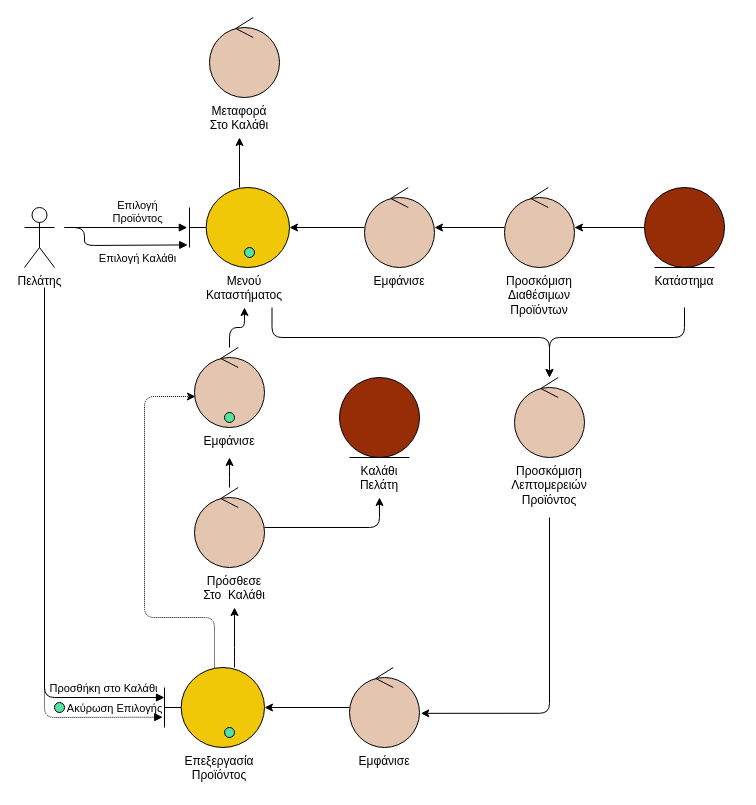
iloudaros/nomnomr keeps this draw.io diagram as docs/contributions/itsikelis/Phase 4/Robustness Diagrams v0.2/customer-order.drawio. Above is the earlier version. Source tidied: cells renumbered, new cells numbered last; positions are measured from the earlier drawing's top-left corner, leaving out a move shared by most shapes. Both pictures are drawn from the tidied source at 100%, with x=0, y=0 at pixel (24, 17).
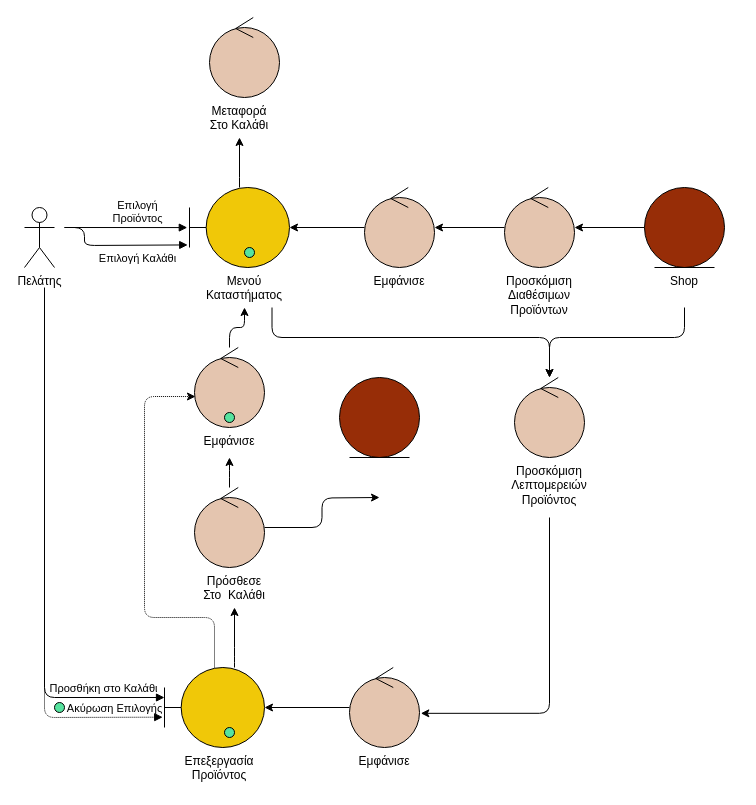
The same page after the edit.

Unchanged cells that the change refers to:
```xml
<mxCell id="40" style="ellipse;shape=umlControl;whiteSpace=wrap;html=1;fillColor=#E4C5AF;" parent="1" vertex="1">
  <mxGeometry x="170" y="470" width="70" height="80" as="geometry" />
</mxCell>
```

Diff of the diagram source:
```diff
@@
-    <mxCell id="28" value="&lt;font face=&quot;helvetica&quot;&gt;Κατάστημα&lt;/font&gt;" style="text;whiteSpace=wrap;html=1;align=center;labelBackgroundColor=none;" parent="1" vertex="1">
+    <mxCell id="28" value="&lt;font face=&quot;helvetica&quot;&gt;Shop&lt;/font&gt;" style="text;whiteSpace=wrap;html=1;align=center;labelBackgroundColor=none;" parent="1" vertex="1">
       <mxGeometry x="605" y="250" width="110" height="40" as="geometry" />
     </mxCell>
@@
-    <mxCell id="37" value="&lt;font face=&quot;helvetica&quot;&gt;Καλάθι&lt;br&gt;Πελάτη&lt;br&gt;&lt;/font&gt;" style="text;whiteSpace=wrap;html=1;align=center;labelBackgroundColor=none;" parent="1" vertex="1">
-      <mxGeometry x="300" y="440" width="110" height="40" as="geometry" />
-    </mxCell>
-    <mxCell id="38" style="edgeStyle=orthogonalEdgeStyle;rounded=1;jettySize=auto;html=1;entryX=0.5;entryY=1;entryDx=0;entryDy=0;" parent="1" edge="1" source="40" target="37">
-      <mxGeometry relative="1" as="geometry" />
+    <mxCell id="38" style="edgeStyle=orthogonalEdgeStyle;rounded=1;jettySize=auto;html=1;entryX=0.5;entryY=1;entryDx=0;entryDy=0;" parent="1" edge="1" source="40">
+      <mxGeometry relative="1" as="geometry">
+        <mxPoint x="355" y="480" as="targetPoint" />
+      </mxGeometry>
     </mxCell>
```
